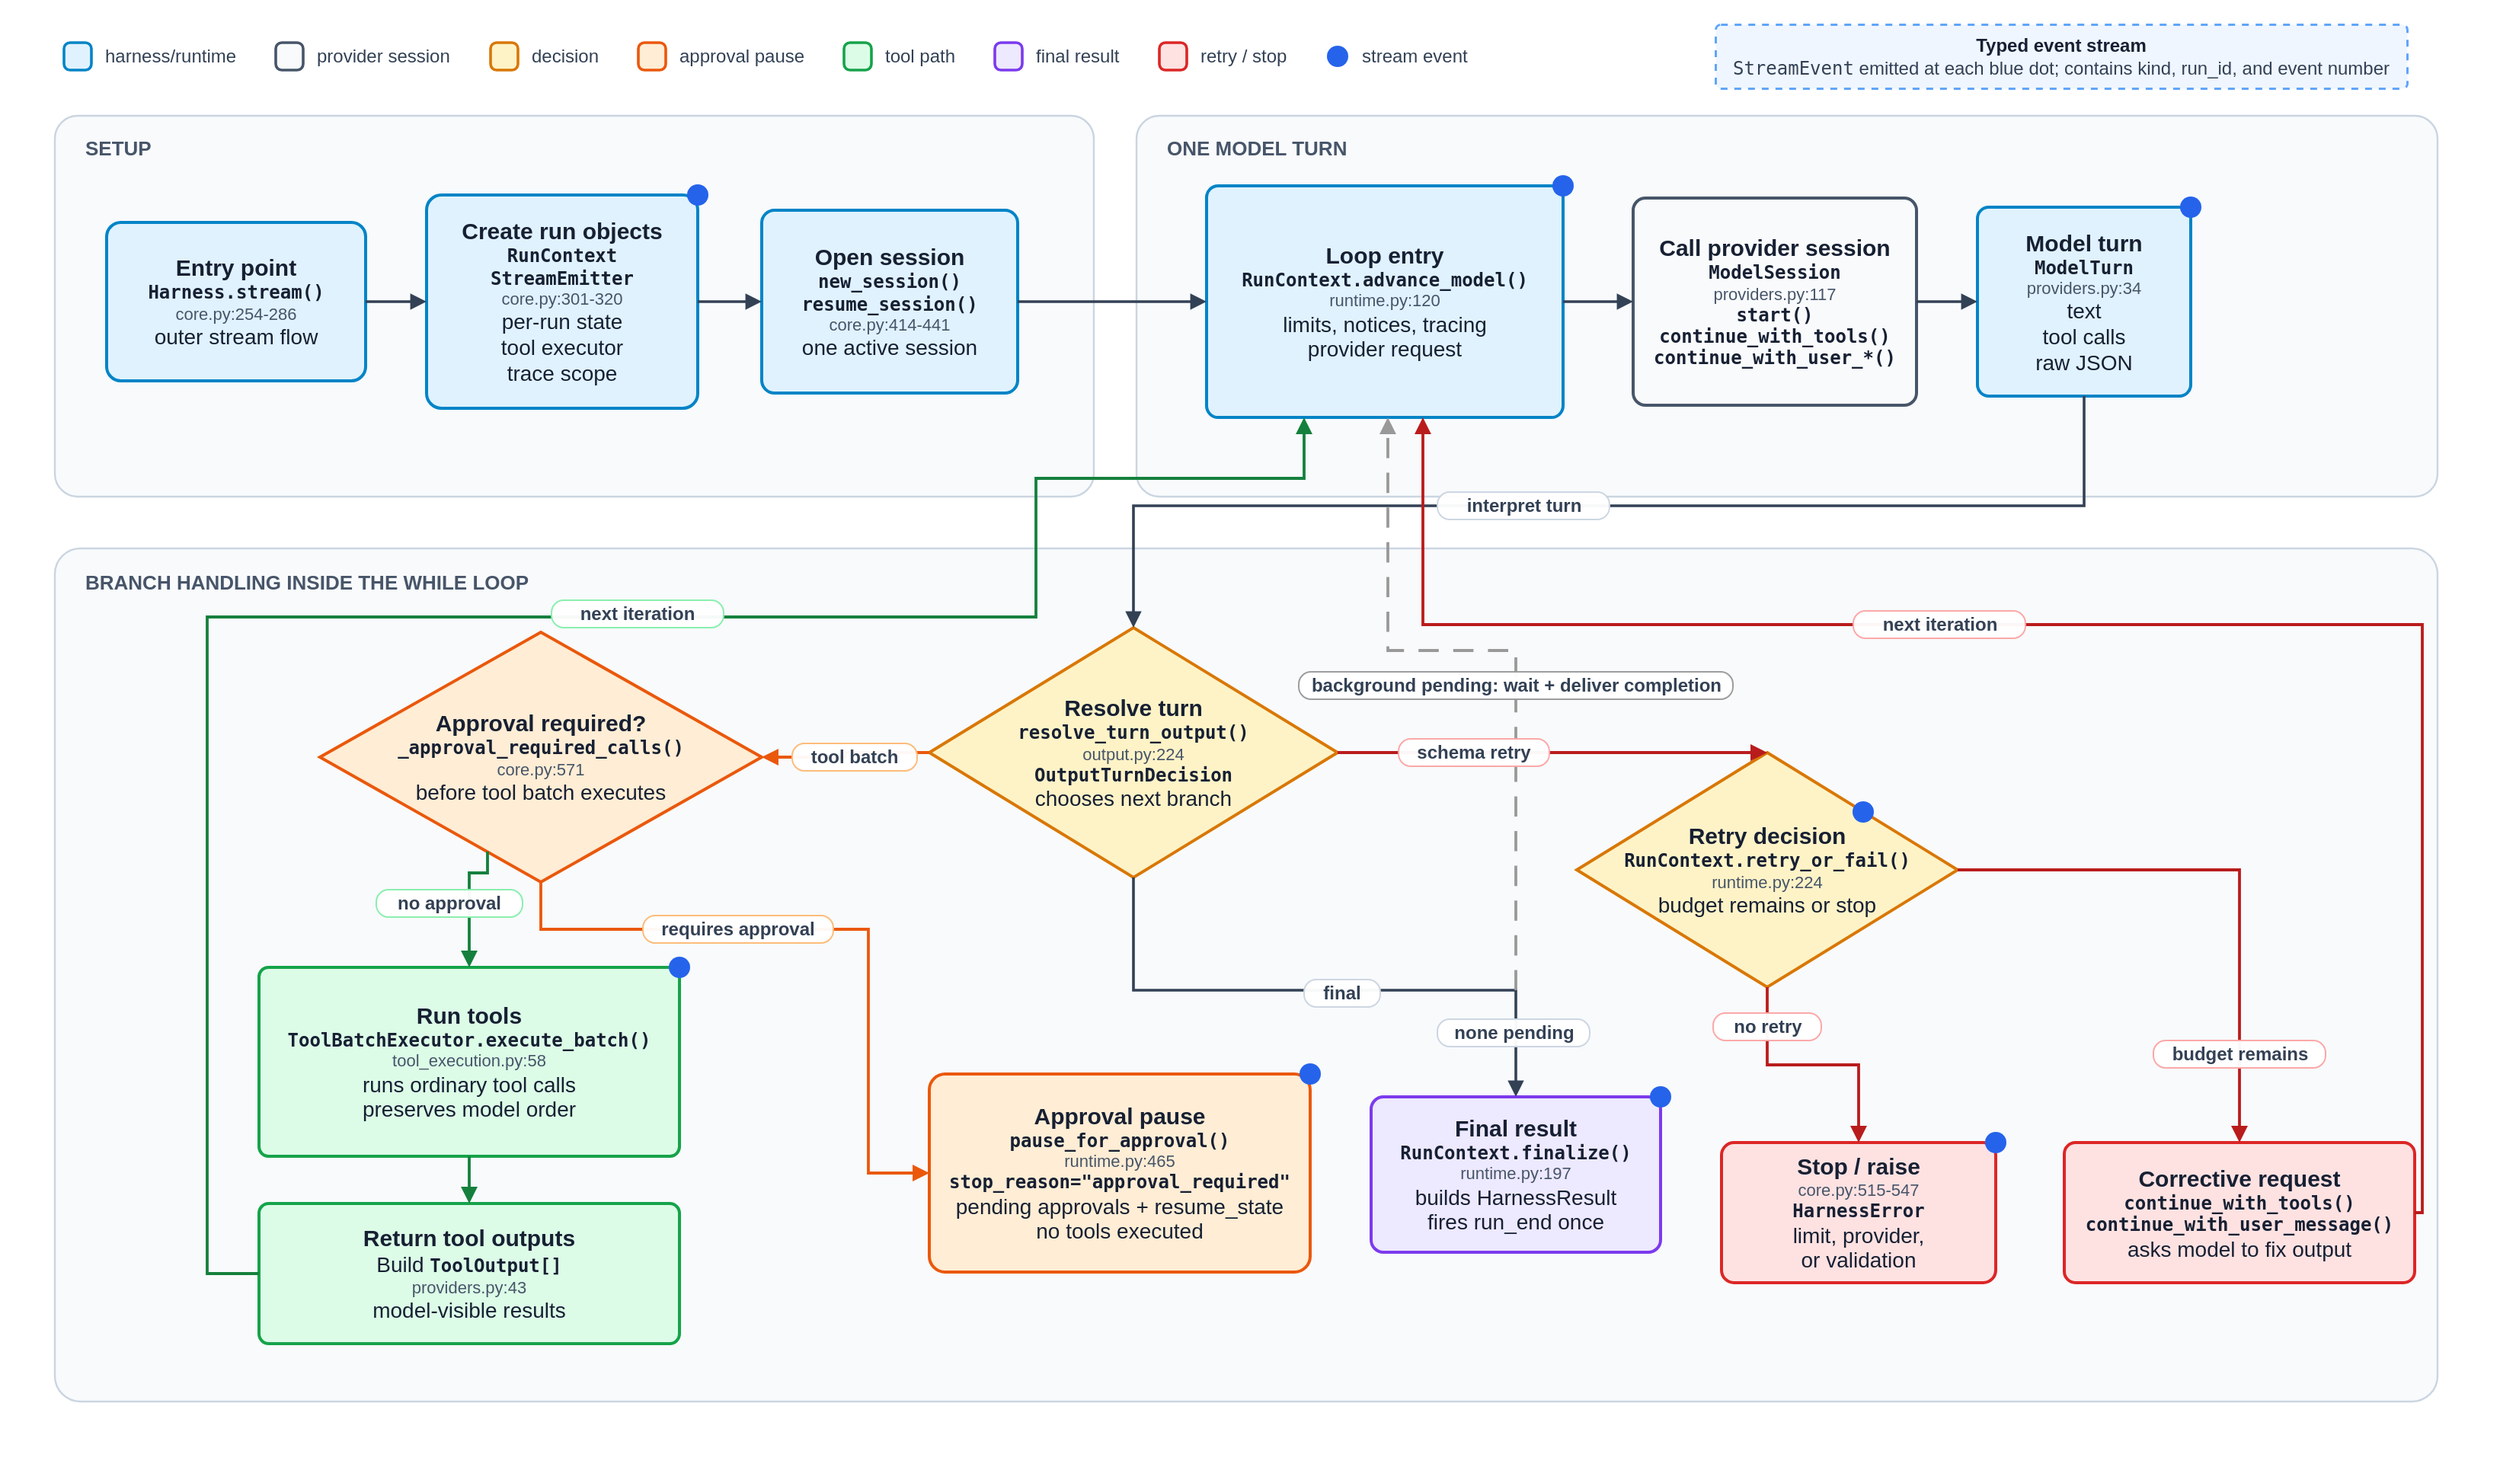
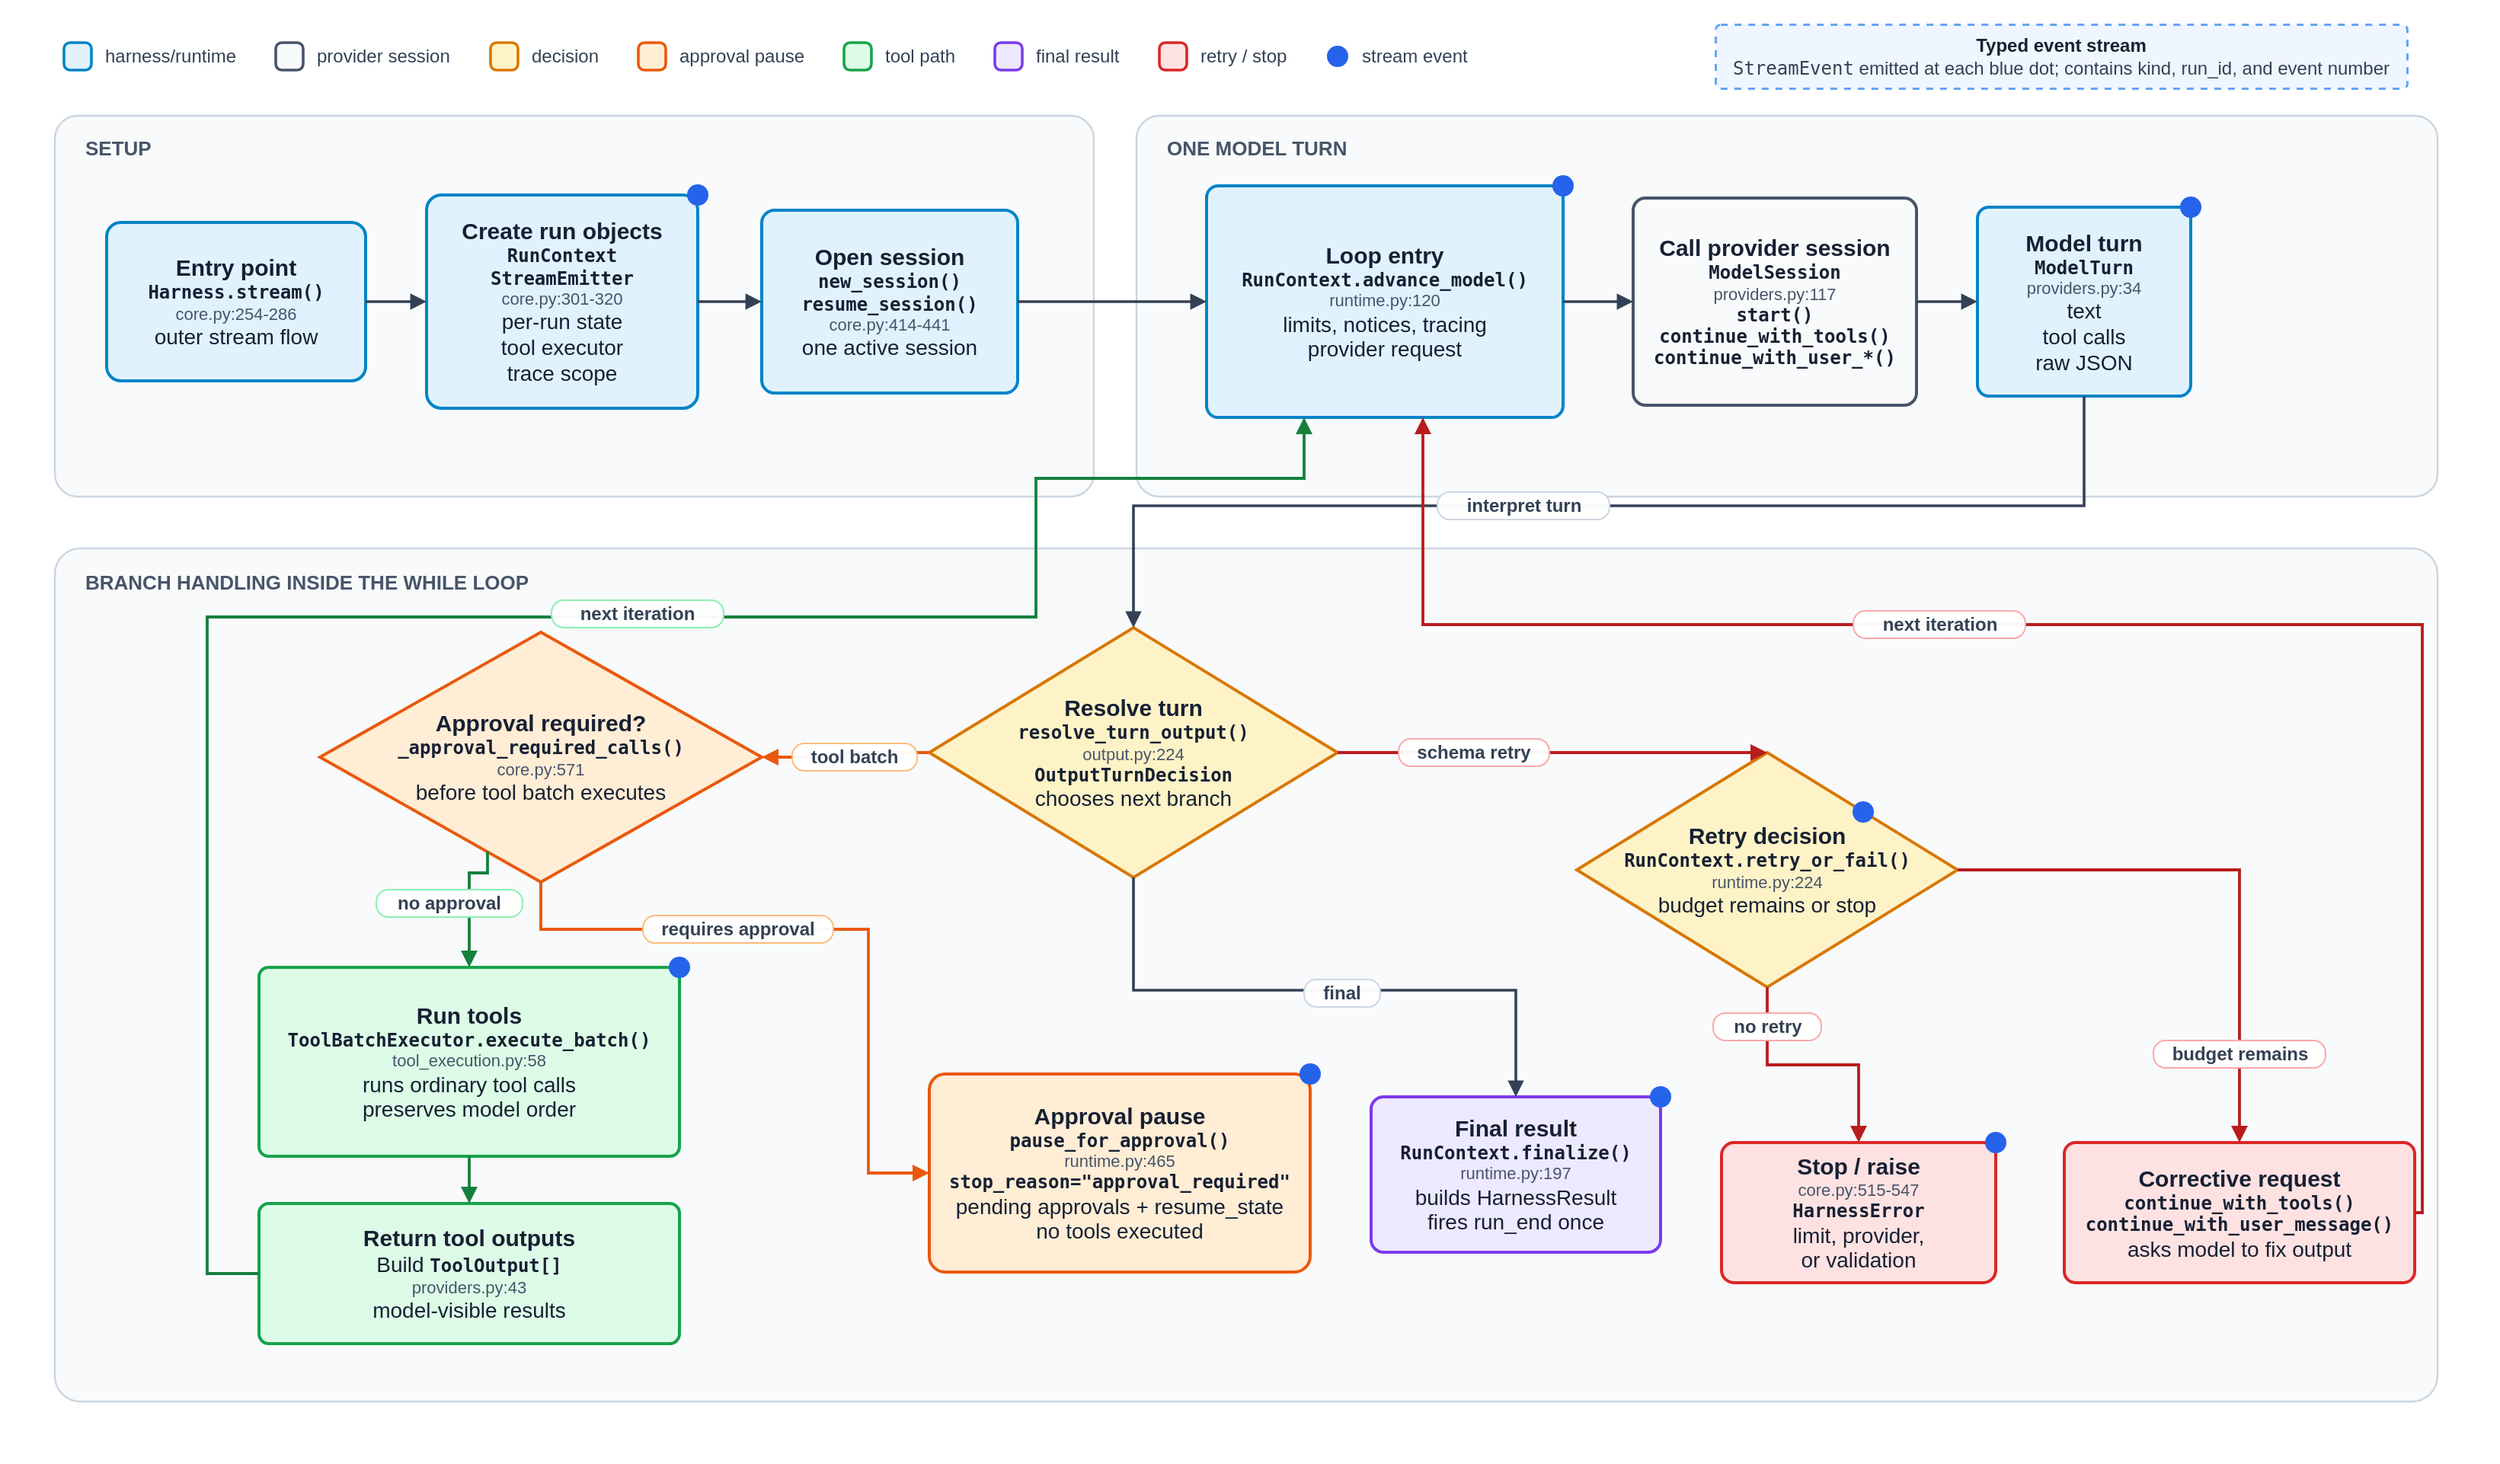
<mxfile host="Electron" agent="Codex">
  <diagram id="thinharness-run-loop" name="ThinHarness run loop">
    <mxGraphModel dx="1768" dy="1014" grid="0" gridSize="10" guides="1" tooltips="1" connect="1" arrows="1" fold="1" page="1" pageScale="1" pageWidth="1640" pageHeight="960" math="0" shadow="0">
      <root>
        <mxCell id="0" />
        <mxCell id="1" parent="0" />
        <mxCell id="background" parent="1" style="rounded=0;whiteSpace=wrap;html=1;fillColor=#ffffff;strokeColor=none;" value="" vertex="1">
          <mxGeometry height="960" width="1640" as="geometry" />
        </mxCell>
        <mxCell id="legend-runtime" parent="1" style="rounded=1;whiteSpace=wrap;html=1;arcSize=22;fillColor=#e0f2fe;strokeColor=#0284c7;strokeWidth=1.8;" value="" vertex="1">
          <mxGeometry height="18" width="18" x="42" y="28" as="geometry" />
        </mxCell>
        <mxCell id="legend-runtime-label" parent="1" style="text;html=1;strokeColor=none;fillColor=none;align=left;verticalAlign=middle;whiteSpace=wrap;rounded=0;fontFamily=Helvetica;fontSize=12;fontColor=#334155;spacing=0;" value="harness/runtime" vertex="1">
          <mxGeometry height="18" width="88" x="69" y="28" as="geometry" />
        </mxCell>
        <mxCell id="legend-provider" parent="1" style="rounded=1;whiteSpace=wrap;html=1;arcSize=22;fillColor=#f8fafc;strokeColor=#475569;strokeWidth=1.8;" value="" vertex="1">
          <mxGeometry height="18" width="18" x="181" y="28" as="geometry" />
        </mxCell>
        <mxCell id="legend-provider-label" parent="1" style="text;html=1;strokeColor=none;fillColor=none;align=left;verticalAlign=middle;whiteSpace=wrap;rounded=0;fontFamily=Helvetica;fontSize=12;fontColor=#334155;spacing=0;" value="provider session" vertex="1">
          <mxGeometry height="18" width="90" x="208" y="28" as="geometry" />
        </mxCell>
        <mxCell id="legend-decision" parent="1" style="rounded=1;whiteSpace=wrap;html=1;arcSize=22;fillColor=#fef3c7;strokeColor=#d97706;strokeWidth=1.8;" value="" vertex="1">
          <mxGeometry height="18" width="18" x="322" y="28" as="geometry" />
        </mxCell>
        <mxCell id="legend-decision-label" parent="1" style="text;html=1;strokeColor=none;fillColor=none;align=left;verticalAlign=middle;whiteSpace=wrap;rounded=0;fontFamily=Helvetica;fontSize=12;fontColor=#334155;spacing=0;" value="decision" vertex="1">
          <mxGeometry height="18" width="46" x="349" y="28" as="geometry" />
        </mxCell>
        <mxCell id="legend-approval" parent="1" style="rounded=1;whiteSpace=wrap;html=1;arcSize=22;fillColor=#ffedd5;strokeColor=#ea580c;strokeWidth=1.8;" value="" vertex="1">
          <mxGeometry height="18" width="18" x="419" y="28" as="geometry" />
        </mxCell>
        <mxCell id="legend-approval-label" parent="1" style="text;html=1;strokeColor=none;fillColor=none;align=left;verticalAlign=middle;whiteSpace=wrap;rounded=0;fontFamily=Helvetica;fontSize=12;fontColor=#334155;spacing=0;" value="approval pause" vertex="1">
          <mxGeometry height="18" width="84" x="446" y="28" as="geometry" />
        </mxCell>
        <mxCell id="legend-tool" parent="1" style="rounded=1;whiteSpace=wrap;html=1;arcSize=22;fillColor=#dcfce7;strokeColor=#16a34a;strokeWidth=1.8;" value="" vertex="1">
          <mxGeometry height="18" width="18" x="554" y="28" as="geometry" />
        </mxCell>
        <mxCell id="legend-tool-label" parent="1" style="text;html=1;strokeColor=none;fillColor=none;align=left;verticalAlign=middle;whiteSpace=wrap;rounded=0;fontFamily=Helvetica;fontSize=12;fontColor=#334155;spacing=0;" value="tool path" vertex="1">
          <mxGeometry height="18" width="48" x="581" y="28" as="geometry" />
        </mxCell>
        <mxCell id="legend-done" parent="1" style="rounded=1;whiteSpace=wrap;html=1;arcSize=22;fillColor=#ede9fe;strokeColor=#7c3aed;strokeWidth=1.8;" value="" vertex="1">
          <mxGeometry height="18" width="18" x="653" y="28" as="geometry" />
        </mxCell>
        <mxCell id="legend-done-label" parent="1" style="text;html=1;strokeColor=none;fillColor=none;align=left;verticalAlign=middle;whiteSpace=wrap;rounded=0;fontFamily=Helvetica;fontSize=12;fontColor=#334155;spacing=0;" value="final result" vertex="1">
          <mxGeometry height="18" width="57" x="680" y="28" as="geometry" />
        </mxCell>
        <mxCell id="legend-stop" parent="1" style="rounded=1;whiteSpace=wrap;html=1;arcSize=22;fillColor=#fee2e2;strokeColor=#dc2626;strokeWidth=1.8;" value="" vertex="1">
          <mxGeometry height="18" width="18" x="761" y="28" as="geometry" />
        </mxCell>
        <mxCell id="legend-stop-label" parent="1" style="text;html=1;strokeColor=none;fillColor=none;align=left;verticalAlign=middle;whiteSpace=wrap;rounded=0;fontFamily=Helvetica;fontSize=12;fontColor=#334155;spacing=0;" value="retry / stop" vertex="1">
          <mxGeometry height="18" width="59" x="788" y="28" as="geometry" />
        </mxCell>
        <mxCell id="legend-stream-event" parent="1" style="ellipse;whiteSpace=wrap;html=1;aspect=fixed;fillColor=#2563eb;strokeColor=none;" value="" vertex="1">
          <mxGeometry height="14" width="14" x="871" y="30" as="geometry" />
        </mxCell>
        <mxCell id="legend-stream-event-label" parent="1" style="text;html=1;strokeColor=none;fillColor=none;align=left;verticalAlign=middle;whiteSpace=wrap;rounded=0;fontFamily=Helvetica;fontSize=12;fontColor=#334155;spacing=0;" value="stream event" vertex="1">
          <mxGeometry height="18" width="72" x="894" y="28" as="geometry" />
        </mxCell>
        <mxCell id="stream-callout" parent="1" style="rounded=1;whiteSpace=wrap;html=1;arcSize=8;fillColor=#eff6ff;strokeColor=#60a5fa;strokeWidth=1.5;dashed=1;fontFamily=Helvetica;fontSize=12;fontColor=#334155;align=center;verticalAlign=middle;spacing=0;" value="&lt;div style=&quot;font-weight:700;color:#172033&quot;&gt;Typed event stream&lt;/div&gt;&lt;div&gt;&lt;span style=&quot;font-family:Menlo,Monaco,Consolas,monospace&quot;&gt;StreamEvent&lt;/span&gt; emitted at each blue dot; contains kind, run_id, and event number&lt;/div&gt;" vertex="1">
          <mxGeometry height="42" width="454" x="1126" y="16" as="geometry" />
        </mxCell>
        <mxCell id="lane-setup" parent="1" style="rounded=1;whiteSpace=wrap;html=1;arcSize=6;fillColor=#f8fafc;strokeColor=#cbd5e1;strokeWidth=1.2;" value="" vertex="1">
          <mxGeometry height="250" width="682" x="36" y="76" as="geometry" />
        </mxCell>
        <mxCell id="lane-setup-title" parent="1" style="text;html=1;strokeColor=none;fillColor=none;align=left;verticalAlign=top;whiteSpace=wrap;rounded=0;fontFamily=Helvetica;fontSize=13;fontStyle=1;fontColor=#475569;spacing=0;" value="SETUP" vertex="1">
          <mxGeometry height="20" width="80" x="56" y="85" as="geometry" />
        </mxCell>
        <mxCell id="lane-turn" parent="1" style="rounded=1;whiteSpace=wrap;html=1;arcSize=6;fillColor=#f8fafc;strokeColor=#cbd5e1;strokeWidth=1.2;" value="" vertex="1">
          <mxGeometry height="250" width="854" x="746" y="76" as="geometry" />
        </mxCell>
        <mxCell id="lane-turn-title" parent="1" style="text;html=1;strokeColor=none;fillColor=none;align=left;verticalAlign=top;whiteSpace=wrap;rounded=0;fontFamily=Helvetica;fontSize=13;fontStyle=1;fontColor=#475569;spacing=0;" value="ONE MODEL TURN" vertex="1">
          <mxGeometry height="20" width="140" x="766" y="85" as="geometry" />
        </mxCell>
        <mxCell id="lane-branch" parent="1" style="rounded=1;whiteSpace=wrap;html=1;arcSize=3;fillColor=#f8fafc;strokeColor=#cbd5e1;strokeWidth=1.2;" value="" vertex="1">
          <mxGeometry height="560" width="1564" x="36" y="360" as="geometry" />
        </mxCell>
        <mxCell id="lane-branch-title" parent="1" style="text;html=1;strokeColor=none;fillColor=none;align=left;verticalAlign=top;whiteSpace=wrap;rounded=0;fontFamily=Helvetica;fontSize=13;fontStyle=1;fontColor=#475569;spacing=0;" value="BRANCH HANDLING INSIDE THE WHILE LOOP" vertex="1">
          <mxGeometry height="20" width="330" x="56" y="370" as="geometry" />
        </mxCell>
        <mxCell id="run" parent="1" style="rounded=1;whiteSpace=wrap;html=1;arcSize=9;fillColor=#e0f2fe;strokeColor=#0284c7;strokeWidth=2;fontFamily=Helvetica;fontSize=14;fontColor=#172033;align=center;verticalAlign=middle;spacing=0;" value="&lt;div style=&quot;font-size:15px;font-weight:700&quot;&gt;Entry point&lt;/div&gt;&lt;div style=&quot;font-family:Menlo,Monaco,Consolas,monospace;font-size:12px;font-weight:650&quot;&gt;Harness.stream()&lt;/div&gt;&lt;div style=&quot;color:#475569;font-size:11px&quot;&gt;core.py:254-286&lt;/div&gt;&lt;div&gt;outer stream flow&lt;/div&gt;" vertex="1">
          <mxGeometry height="104" width="170" x="70" y="146" as="geometry" />
        </mxCell>
        <mxCell id="objects" parent="1" style="rounded=1;whiteSpace=wrap;html=1;arcSize=7;fillColor=#e0f2fe;strokeColor=#0284c7;strokeWidth=2;fontFamily=Helvetica;fontSize=14;fontColor=#172033;align=center;verticalAlign=middle;spacing=0;" value="&lt;div style=&quot;font-size:15px;font-weight:700&quot;&gt;Create run objects&lt;/div&gt;&lt;div style=&quot;font-family:Menlo,Monaco,Consolas,monospace;font-size:12px;font-weight:650&quot;&gt;RunContext&lt;/div&gt;&lt;div style=&quot;font-family:Menlo,Monaco,Consolas,monospace;font-size:12px;font-weight:650&quot;&gt;StreamEmitter&lt;/div&gt;&lt;div style=&quot;color:#475569;font-size:11px&quot;&gt;core.py:301-320&lt;/div&gt;&lt;div&gt;per-run state&lt;/div&gt;&lt;div&gt;tool executor&lt;/div&gt;&lt;div&gt;trace scope&lt;/div&gt;" vertex="1">
          <mxGeometry height="140" width="178" x="280" y="128" as="geometry" />
        </mxCell>
        <mxCell id="active" parent="1" style="rounded=1;whiteSpace=wrap;html=1;arcSize=7;fillColor=#e0f2fe;strokeColor=#0284c7;strokeWidth=2;fontFamily=Helvetica;fontSize=14;fontColor=#172033;align=center;verticalAlign=middle;spacing=0;" value="&lt;div style=&quot;font-size:15px;font-weight:700&quot;&gt;Open session&lt;/div&gt;&lt;div style=&quot;font-family:Menlo,Monaco,Consolas,monospace;font-size:12px;font-weight:650&quot;&gt;new_session()&lt;/div&gt;&lt;div style=&quot;font-family:Menlo,Monaco,Consolas,monospace;font-size:12px;font-weight:650&quot;&gt;resume_session()&lt;/div&gt;&lt;div style=&quot;color:#475569;font-size:11px&quot;&gt;core.py:414-441&lt;/div&gt;&lt;div&gt;one active session&lt;/div&gt;" vertex="1">
          <mxGeometry height="120" width="168" x="500" y="138" as="geometry" />
        </mxCell>
        <mxCell id="advance" parent="1" style="rounded=1;whiteSpace=wrap;html=1;arcSize=5;fillColor=#e0f2fe;strokeColor=#0284c7;strokeWidth=2;fontFamily=Helvetica;fontSize=14;fontColor=#172033;align=center;verticalAlign=middle;spacing=0;" value="&lt;div style=&quot;font-size:15px;font-weight:700&quot;&gt;Loop entry&lt;/div&gt;&lt;div style=&quot;font-family:Menlo,Monaco,Consolas,monospace;font-size:12px;font-weight:650&quot;&gt;RunContext.advance_model()&lt;/div&gt;&lt;div style=&quot;color:#475569;font-size:11px&quot;&gt;runtime.py:120&lt;/div&gt;&lt;div&gt;limits, notices, tracing&lt;/div&gt;&lt;div&gt;provider request&lt;/div&gt;" vertex="1">
          <mxGeometry height="152" width="234" x="792" y="122" as="geometry" />
        </mxCell>
        <mxCell id="session" parent="1" style="rounded=1;whiteSpace=wrap;html=1;arcSize=6;fillColor=#f8fafc;strokeColor=#475569;strokeWidth=2;fontFamily=Helvetica;fontSize=14;fontColor=#172033;align=center;verticalAlign=middle;spacing=0;" value="&lt;div style=&quot;font-size:15px;font-weight:700&quot;&gt;Call provider session&lt;/div&gt;&lt;div style=&quot;font-family:Menlo,Monaco,Consolas,monospace;font-size:12px;font-weight:650&quot;&gt;ModelSession&lt;/div&gt;&lt;div style=&quot;color:#475569;font-size:11px&quot;&gt;providers.py:117&lt;/div&gt;&lt;div style=&quot;font-family:Menlo,Monaco,Consolas,monospace;font-size:12px;font-weight:650&quot;&gt;start()&lt;/div&gt;&lt;div style=&quot;font-family:Menlo,Monaco,Consolas,monospace;font-size:12px;font-weight:650&quot;&gt;continue_with_tools()&lt;/div&gt;&lt;div style=&quot;font-family:Menlo,Monaco,Consolas,monospace;font-size:12px;font-weight:650&quot;&gt;continue_with_user_*()&lt;/div&gt;" vertex="1">
          <mxGeometry height="136" width="186" x="1072" y="130" as="geometry" />
        </mxCell>
        <mxCell id="turn" parent="1" style="rounded=1;whiteSpace=wrap;html=1;arcSize=6;fillColor=#e0f2fe;strokeColor=#0284c7;strokeWidth=2;fontFamily=Helvetica;fontSize=14;fontColor=#172033;align=center;verticalAlign=middle;spacing=0;" value="&lt;div style=&quot;font-size:15px;font-weight:700&quot;&gt;Model turn&lt;/div&gt;&lt;div style=&quot;font-family:Menlo,Monaco,Consolas,monospace;font-size:12px;font-weight:650&quot;&gt;ModelTurn&lt;/div&gt;&lt;div style=&quot;color:#475569;font-size:11px&quot;&gt;providers.py:34&lt;/div&gt;&lt;div&gt;text&lt;/div&gt;&lt;div&gt;tool calls&lt;/div&gt;&lt;div&gt;raw JSON&lt;/div&gt;" vertex="1">
          <mxGeometry height="124" width="140" x="1298" y="136" as="geometry" />
        </mxCell>
        <mxCell id="decide" parent="1" style="rhombus;whiteSpace=wrap;html=1;fillColor=#fef3c7;strokeColor=#d97706;strokeWidth=2;fontFamily=Helvetica;fontSize=14;fontColor=#172033;align=center;verticalAlign=middle;spacing=0;" value="&lt;div style=&quot;font-size:15px;font-weight:700&quot;&gt;Resolve turn&lt;/div&gt;&lt;div style=&quot;font-family:Menlo,Monaco,Consolas,monospace;font-size:12px;font-weight:650&quot;&gt;resolve_turn_output()&lt;/div&gt;&lt;div style=&quot;color:#475569;font-size:11px&quot;&gt;output.py:224&lt;/div&gt;&lt;div style=&quot;font-family:Menlo,Monaco,Consolas,monospace;font-size:12px;font-weight:650&quot;&gt;OutputTurnDecision&lt;/div&gt;&lt;div&gt;chooses next branch&lt;/div&gt;" vertex="1">
          <mxGeometry height="164" width="268" x="610" y="412" as="geometry" />
        </mxCell>
        <mxCell id="approvalGate" parent="1" style="rhombus;whiteSpace=wrap;html=1;fillColor=#ffedd5;strokeColor=#ea580c;strokeWidth=2;fontFamily=Helvetica;fontSize=14;fontColor=#172033;align=center;verticalAlign=middle;spacing=0;" value="&lt;div style=&quot;font-size:15px;font-weight:700&quot;&gt;Approval required?&lt;/div&gt;&lt;div style=&quot;font-family:Menlo,Monaco,Consolas,monospace;font-size:12px;font-weight:650&quot;&gt;_approval_required_calls()&lt;/div&gt;&lt;div style=&quot;color:#475569;font-size:11px&quot;&gt;core.py:571&lt;/div&gt;&lt;div&gt;before tool batch executes&lt;/div&gt;" vertex="1">
          <mxGeometry height="164" width="290" x="210" y="415" as="geometry" />
        </mxCell>
        <mxCell id="final" parent="1" style="rounded=1;whiteSpace=wrap;html=1;arcSize=8;fillColor=#ede9fe;strokeColor=#7c3aed;strokeWidth=2;fontFamily=Helvetica;fontSize=14;fontColor=#172033;align=center;verticalAlign=middle;spacing=0;" value="&lt;div style=&quot;font-size:15px;font-weight:700&quot;&gt;Final result&lt;/div&gt;&lt;div style=&quot;font-family:Menlo,Monaco,Consolas,monospace;font-size:12px;font-weight:650&quot;&gt;RunContext.finalize()&lt;/div&gt;&lt;div style=&quot;color:#475569;font-size:11px&quot;&gt;runtime.py:197&lt;/div&gt;&lt;div&gt;builds HarnessResult&lt;/div&gt;&lt;div&gt;fires run_end once&lt;/div&gt;" vertex="1">
          <mxGeometry height="102" width="190" x="900" y="720" as="geometry" />
        </mxCell>
        <mxCell id="approvalPause" parent="1" style="rounded=1;whiteSpace=wrap;html=1;arcSize=8;fillColor=#ffedd5;strokeColor=#ea580c;strokeWidth=2;fontFamily=Helvetica;fontSize=14;fontColor=#172033;align=center;verticalAlign=middle;spacing=0;" value="&lt;div style=&quot;font-size:15px;font-weight:700&quot;&gt;Approval pause&lt;/div&gt;&lt;div style=&quot;font-family:Menlo,Monaco,Consolas,monospace;font-size:12px;font-weight:650&quot;&gt;pause_for_approval()&lt;/div&gt;&lt;div style=&quot;color:#475569;font-size:11px&quot;&gt;runtime.py:465&lt;/div&gt;&lt;div style=&quot;font-family:Menlo,Monaco,Consolas,monospace;font-size:12px;font-weight:650&quot;&gt;stop_reason=&amp;quot;approval_required&amp;quot;&lt;/div&gt;&lt;div&gt;pending approvals + resume_state&lt;/div&gt;&lt;div&gt;no tools executed&lt;/div&gt;" vertex="1">
          <mxGeometry height="130" width="250" x="610" y="705" as="geometry" />
        </mxCell>
        <mxCell id="tools" parent="1" style="rounded=1;whiteSpace=wrap;html=1;arcSize=5;fillColor=#dcfce7;strokeColor=#16a34a;strokeWidth=2;fontFamily=Helvetica;fontSize=14;fontColor=#172033;align=center;verticalAlign=middle;spacing=0;" value="&lt;div style=&quot;font-size:15px;font-weight:700&quot;&gt;Run tools&lt;/div&gt;&lt;div style=&quot;font-family:Menlo,Monaco,Consolas,monospace;font-size:12px;font-weight:650&quot;&gt;ToolBatchExecutor.execute_batch()&lt;/div&gt;&lt;div style=&quot;color:#475569;font-size:11px&quot;&gt;tool_execution.py:58&lt;/div&gt;&lt;div&gt;runs ordinary tool calls&lt;/div&gt;&lt;div&gt;preserves model order&lt;/div&gt;" vertex="1">
          <mxGeometry height="124" width="276" x="170" y="635" as="geometry" />
        </mxCell>
        <mxCell id="toolOutput" parent="1" style="rounded=1;whiteSpace=wrap;html=1;arcSize=7;fillColor=#dcfce7;strokeColor=#16a34a;strokeWidth=2;fontFamily=Helvetica;fontSize=14;fontColor=#172033;align=center;verticalAlign=middle;spacing=0;" value="&lt;div style=&quot;font-size:15px;font-weight:700&quot;&gt;Return tool outputs&lt;/div&gt;&lt;div&gt;Build &lt;span style=&quot;font-family:Menlo,Monaco,Consolas,monospace;font-size:12px;font-weight:650&quot;&gt;ToolOutput[]&lt;/span&gt;&lt;/div&gt;&lt;div style=&quot;color:#475569;font-size:11px&quot;&gt;providers.py:43&lt;/div&gt;&lt;div&gt;model-visible results&lt;/div&gt;" vertex="1">
          <mxGeometry height="92" width="276" x="170" y="790" as="geometry" />
        </mxCell>
        <mxCell id="retry" parent="1" style="rhombus;whiteSpace=wrap;html=1;fillColor=#fef3c7;strokeColor=#d97706;strokeWidth=2;fontFamily=Helvetica;fontSize=14;fontColor=#172033;align=center;verticalAlign=middle;spacing=0;" value="&lt;div style=&quot;font-size:15px;font-weight:700&quot;&gt;Retry decision&lt;/div&gt;&lt;div style=&quot;font-family:Menlo,Monaco,Consolas,monospace;font-size:12px;font-weight:650&quot;&gt;RunContext.retry_or_fail()&lt;/div&gt;&lt;div style=&quot;color:#475569;font-size:11px&quot;&gt;runtime.py:224&lt;/div&gt;&lt;div&gt;budget remains or stop&lt;/div&gt;" vertex="1">
          <mxGeometry height="154" width="250" x="1035" y="494" as="geometry" />
        </mxCell>
        <mxCell id="stop" parent="1" style="rounded=1;whiteSpace=wrap;html=1;arcSize=9;fillColor=#fee2e2;strokeColor=#dc2626;strokeWidth=2;fontFamily=Helvetica;fontSize=14;fontColor=#172033;align=center;verticalAlign=middle;spacing=0;" value="&lt;div style=&quot;font-size:15px;font-weight:700&quot;&gt;Stop / raise&lt;/div&gt;&lt;div style=&quot;color:#475569;font-size:11px&quot;&gt;core.py:515-547&lt;/div&gt;&lt;div style=&quot;font-family:Menlo,Monaco,Consolas,monospace;font-size:12px;font-weight:650&quot;&gt;HarnessError&lt;/div&gt;&lt;div&gt;limit, provider,&lt;/div&gt;&lt;div&gt;or validation&lt;/div&gt;" vertex="1">
          <mxGeometry height="92" width="180" x="1130" y="750" as="geometry" />
        </mxCell>
        <mxCell id="corrective" parent="1" style="rounded=1;whiteSpace=wrap;html=1;arcSize=8;fillColor=#fee2e2;strokeColor=#dc2626;strokeWidth=2;fontFamily=Helvetica;fontSize=14;fontColor=#172033;align=center;verticalAlign=middle;spacing=0;" value="&lt;div style=&quot;font-size:15px;font-weight:700&quot;&gt;Corrective request&lt;/div&gt;&lt;div style=&quot;font-family:Menlo,Monaco,Consolas,monospace;font-size:12px;font-weight:650&quot;&gt;continue_with_tools()&lt;/div&gt;&lt;div style=&quot;font-family:Menlo,Monaco,Consolas,monospace;font-size:12px;font-weight:650&quot;&gt;continue_with_user_message()&lt;/div&gt;&lt;div&gt;asks model to fix output&lt;/div&gt;" vertex="1">
          <mxGeometry height="92" width="230" x="1355" y="750" as="geometry" />
        </mxCell>
        <mxCell id="e-run-objects" edge="1" parent="1" source="run" style="endArrow=block;html=1;rounded=0;strokeColor=#334155;strokeWidth=1.8;endFill=1;" target="objects" value="">
          <mxGeometry relative="1" as="geometry" />
        </mxCell>
        <mxCell id="e-objects-active" edge="1" parent="1" source="objects" style="endArrow=block;html=1;rounded=0;strokeColor=#334155;strokeWidth=1.8;endFill=1;" target="active" value="">
          <mxGeometry relative="1" as="geometry" />
        </mxCell>
        <mxCell id="e-active-advance" edge="1" parent="1" source="active" style="endArrow=block;html=1;rounded=0;strokeColor=#334155;strokeWidth=1.8;endFill=1;" target="advance" value="">
          <mxGeometry relative="1" as="geometry" />
        </mxCell>
        <mxCell id="e-advance-session" edge="1" parent="1" source="advance" style="endArrow=block;html=1;rounded=0;strokeColor=#334155;strokeWidth=1.8;endFill=1;" target="session" value="">
          <mxGeometry relative="1" as="geometry" />
        </mxCell>
        <mxCell id="e-session-turn" edge="1" parent="1" source="session" style="endArrow=block;html=1;rounded=0;strokeColor=#334155;strokeWidth=1.8;endFill=1;" target="turn" value="">
          <mxGeometry relative="1" as="geometry" />
        </mxCell>
        <mxCell id="e-turn-decide" edge="1" parent="1" source="turn" style="edgeStyle=orthogonalEdgeStyle;rounded=0;orthogonalLoop=1;jettySize=auto;endArrow=block;html=1;strokeColor=#334155;strokeWidth=1.8;endFill=1;exitX=0.5;exitY=1;entryX=0.5;entryY=0;" target="decide" value="">
          <mxGeometry relative="1" as="geometry">
            <Array as="points">
              <mxPoint x="1368" y="332" />
              <mxPoint x="744" y="332" />
            </Array>
          </mxGeometry>
        </mxCell>
        <mxCell id="e-decide-final" edge="1" parent="1" source="decide" style="edgeStyle=orthogonalEdgeStyle;rounded=0;orthogonalLoop=1;jettySize=auto;endArrow=block;html=1;strokeColor=#334155;strokeWidth=1.8;endFill=1;exitX=0.5;exitY=1;entryX=0.5;entryY=0;" target="final" value="">
          <mxGeometry relative="1" as="geometry">
            <Array as="points">
              <mxPoint x="744" y="650" />
              <mxPoint x="995" y="650" />
            </Array>
          </mxGeometry>
        </mxCell>
-         <mxCell id="e-final-background-advance" edge="1" parent="1" style="edgeStyle=orthogonalEdgeStyle;rounded=0;orthogonalLoop=1;jettySize=auto;endArrow=block;html=1;strokeColor=#999999;strokeWidth=1.9;endFill=1;dashed=1;dashPattern=7 5;entryX=0.5085;entryY=1;" target="advance" value="">
-           <mxGeometry relative="1" as="geometry">
-             <Array as="points">
-               <mxPoint x="995" y="427" />
-               <mxPoint x="911" y="427" />
-             </Array>
-             <mxPoint x="995" y="650" as="sourcePoint" />
-           </mxGeometry>
-         </mxCell>
        <mxCell id="e-decide-approval-gate" edge="1" parent="1" source="decide" style="edgeStyle=orthogonalEdgeStyle;rounded=0;orthogonalLoop=1;jettySize=auto;endArrow=block;html=1;strokeColor=#ea580c;strokeWidth=1.9;endFill=1;exitX=0;exitY=0.5;entryX=1;entryY=0.5;" target="approvalGate" value="">
          <mxGeometry relative="1" as="geometry" />
        </mxCell>
        <mxCell id="e-approval-gate-tools" edge="1" parent="1" style="edgeStyle=orthogonalEdgeStyle;rounded=0;orthogonalLoop=1;jettySize=auto;endArrow=block;html=1;strokeColor=#15803d;strokeWidth=1.9;endFill=1;entryX=0.5;entryY=0;" target="tools" value="">
          <mxGeometry relative="1" as="geometry">
            <Array as="points">
              <mxPoint x="320" y="573" />
              <mxPoint x="308" y="573" />
            </Array>
            <mxPoint x="320" y="559" as="sourcePoint" />
          </mxGeometry>
        </mxCell>
        <mxCell id="e-approval-gate-pause" edge="1" parent="1" source="approvalGate" style="edgeStyle=orthogonalEdgeStyle;rounded=0;orthogonalLoop=1;jettySize=auto;endArrow=block;html=1;strokeColor=#ea580c;strokeWidth=1.9;endFill=1;exitX=0.5;exitY=1;entryX=0;entryY=0.5;" target="approvalPause" value="">
          <mxGeometry relative="1" as="geometry">
            <Array as="points">
              <mxPoint x="355" y="610" />
              <mxPoint x="570" y="610" />
              <mxPoint x="570" y="770" />
            </Array>
          </mxGeometry>
        </mxCell>
        <mxCell id="e-decide-retry" edge="1" parent="1" source="decide" style="endArrow=block;html=1;rounded=0;strokeColor=#b91c1c;strokeWidth=1.9;endFill=1;exitX=1;exitY=0.5;entryX=0.5;entryY=0;" target="retry" value="">
          <mxGeometry relative="1" as="geometry" />
        </mxCell>
        <mxCell id="e-tools-tool-output" edge="1" parent="1" source="tools" style="endArrow=block;html=1;rounded=0;strokeColor=#15803d;strokeWidth=1.9;endFill=1;exitX=0.5;exitY=1;entryX=0.5;entryY=0;" target="toolOutput" value="">
          <mxGeometry relative="1" as="geometry" />
        </mxCell>
        <mxCell id="e-tool-output-advance" edge="1" parent="1" source="toolOutput" style="edgeStyle=orthogonalEdgeStyle;rounded=0;orthogonalLoop=1;jettySize=auto;endArrow=block;html=1;strokeColor=#15803d;strokeWidth=1.9;endFill=1;exitX=0;exitY=0.5;entryX=0.2735;entryY=1;" target="advance" value="">
          <mxGeometry relative="1" as="geometry">
            <Array as="points">
              <mxPoint x="136" y="836" />
              <mxPoint x="136" y="405" />
              <mxPoint x="680" y="405" />
              <mxPoint x="680" y="314" />
              <mxPoint x="856" y="314" />
            </Array>
          </mxGeometry>
        </mxCell>
        <mxCell id="e-retry-corrective" edge="1" parent="1" source="retry" style="edgeStyle=orthogonalEdgeStyle;rounded=0;orthogonalLoop=1;jettySize=auto;endArrow=block;html=1;strokeColor=#b91c1c;strokeWidth=1.9;endFill=1;exitX=1;exitY=0.5;entryX=0.5;entryY=0;" target="corrective" value="">
          <mxGeometry relative="1" as="geometry">
            <Array as="points">
              <mxPoint x="1470" y="571" />
            </Array>
          </mxGeometry>
        </mxCell>
        <mxCell id="e-retry-stop" edge="1" parent="1" source="retry" style="endArrow=block;html=1;rounded=0;strokeColor=#b91c1c;strokeWidth=1.9;endFill=1;exitX=0.5;exitY=1;entryX=0.5;entryY=0;edgeStyle=orthogonalEdgeStyle;" target="stop" value="">
          <mxGeometry relative="1" as="geometry" />
        </mxCell>
        <mxCell id="e-corrective-advance" edge="1" parent="1" source="corrective" style="edgeStyle=orthogonalEdgeStyle;rounded=0;orthogonalLoop=1;jettySize=auto;endArrow=block;html=1;strokeColor=#b91c1c;strokeWidth=1.9;endFill=1;exitX=1;exitY=0.5;entryX=0.6068;entryY=1;" target="advance" value="">
          <mxGeometry relative="1" as="geometry">
            <Array as="points">
              <mxPoint x="1590" y="796" />
              <mxPoint x="1590" y="410" />
              <mxPoint x="934" y="410" />
            </Array>
          </mxGeometry>
        </mxCell>
        <mxCell id="label-interpret-turn" parent="1" style="rounded=1;whiteSpace=wrap;html=1;arcSize=45;fillColor=#ffffff;strokeColor=#cbd5e1;opacity=96;fontFamily=Helvetica;fontSize=12;fontStyle=1;fontColor=#334155;align=center;verticalAlign=middle;spacing=0;" value="interpret turn" vertex="1">
          <mxGeometry height="18" width="113" x="943.5" y="323" as="geometry" />
        </mxCell>
        <mxCell id="label-final" parent="1" style="rounded=1;whiteSpace=wrap;html=1;arcSize=45;fillColor=#ffffff;strokeColor=#cbd5e1;opacity=96;fontFamily=Helvetica;fontSize=12;fontStyle=1;fontColor=#334155;align=center;verticalAlign=middle;spacing=0;" value="final" vertex="1">
          <mxGeometry height="18" width="50" x="856" y="643" as="geometry" />
        </mxCell>
-         <mxCell id="label-background-pending" parent="1" style="rounded=1;whiteSpace=wrap;html=1;arcSize=45;fillColor=#ffffff;strokeColor=#999999;opacity=96;fontFamily=Helvetica;fontSize=12;fontStyle=1;fontColor=#334155;align=center;verticalAlign=middle;spacing=0;" value="background pending: wait + deliver completion" vertex="1">
-           <mxGeometry height="18" width="285" x="852.5" y="441" as="geometry" />
-         </mxCell>
-         <mxCell id="label-no-background" parent="1" style="rounded=1;whiteSpace=wrap;html=1;arcSize=45;fillColor=#ffffff;strokeColor=#cbd5e1;opacity=96;fontFamily=Helvetica;fontSize=12;fontStyle=1;fontColor=#334155;align=center;verticalAlign=middle;spacing=0;" value="none pending" vertex="1">
-           <mxGeometry height="18" width="100" x="943.5" y="669" as="geometry" />
-         </mxCell>
        <mxCell id="label-ordinary-tools" parent="1" style="rounded=1;whiteSpace=wrap;html=1;arcSize=45;fillColor=#ffffff;strokeColor=#86efac;opacity=96;fontFamily=Helvetica;fontSize=12;fontStyle=1;fontColor=#334155;align=center;verticalAlign=middle;spacing=0;" value="no approval" vertex="1">
          <mxGeometry height="18" width="96" x="247" y="584" as="geometry" />
        </mxCell>
        <mxCell id="label-approval-required" parent="1" style="rounded=1;whiteSpace=wrap;html=1;arcSize=45;fillColor=#ffffff;strokeColor=#fdba74;opacity=96;fontFamily=Helvetica;fontSize=12;fontStyle=1;fontColor=#334155;align=center;verticalAlign=middle;spacing=0;" value="requires approval" vertex="1">
          <mxGeometry height="18" width="125" x="422" y="601" as="geometry" />
        </mxCell>
        <mxCell id="label-tool-batch" parent="1" style="rounded=1;whiteSpace=wrap;html=1;arcSize=45;fillColor=#ffffff;strokeColor=#fdba74;opacity=96;fontFamily=Helvetica;fontSize=12;fontStyle=1;fontColor=#334155;align=center;verticalAlign=middle;spacing=0;" value="tool batch" vertex="1">
          <mxGeometry height="18" width="82" x="520" y="488" as="geometry" />
        </mxCell>
        <mxCell id="label-schema-retry" parent="1" style="rounded=1;whiteSpace=wrap;html=1;arcSize=45;fillColor=#ffffff;strokeColor=#fca5a5;opacity=96;fontFamily=Helvetica;fontSize=12;fontStyle=1;fontColor=#334155;align=center;verticalAlign=middle;spacing=0;" value="schema retry" vertex="1">
          <mxGeometry height="18" width="99" x="918" y="485" as="geometry" />
        </mxCell>
        <mxCell id="label-tool-next" parent="1" style="rounded=1;whiteSpace=wrap;html=1;arcSize=45;fillColor=#ffffff;strokeColor=#86efac;opacity=96;fontFamily=Helvetica;fontSize=12;fontStyle=1;fontColor=#334155;align=center;verticalAlign=middle;spacing=0;" value="next iteration" vertex="1">
          <mxGeometry height="18" width="113" x="362" y="394" as="geometry" />
        </mxCell>
        <mxCell id="label-budget-remains" parent="1" style="rounded=1;whiteSpace=wrap;html=1;arcSize=45;fillColor=#ffffff;strokeColor=#fca5a5;opacity=96;fontFamily=Helvetica;fontSize=12;fontStyle=1;fontColor=#334155;align=center;verticalAlign=middle;spacing=0;" value="budget remains" vertex="1">
          <mxGeometry height="18" width="113" x="1413.5" y="683" as="geometry" />
        </mxCell>
        <mxCell id="label-no-retry" parent="1" style="rounded=1;whiteSpace=wrap;html=1;arcSize=45;fillColor=#ffffff;strokeColor=#fca5a5;opacity=96;fontFamily=Helvetica;fontSize=12;fontStyle=1;fontColor=#334155;align=center;verticalAlign=middle;spacing=0;" value="no retry" vertex="1">
          <mxGeometry height="18" width="71" x="1124.5" y="665" as="geometry" />
        </mxCell>
        <mxCell id="label-retry-next" parent="1" style="rounded=1;whiteSpace=wrap;html=1;arcSize=45;fillColor=#ffffff;strokeColor=#fca5a5;opacity=96;fontFamily=Helvetica;fontSize=12;fontStyle=1;fontColor=#334155;align=center;verticalAlign=middle;spacing=0;" value="next iteration" vertex="1">
          <mxGeometry height="18" width="113" x="1216.5" y="401" as="geometry" />
        </mxCell>
        <mxCell id="event-dot-objects" parent="1" style="ellipse;whiteSpace=wrap;html=1;aspect=fixed;fillColor=#2563eb;strokeColor=none;" value="" vertex="1">
          <mxGeometry height="14" width="14" x="451" y="121" as="geometry" />
        </mxCell>
        <mxCell id="event-dot-advance" parent="1" style="ellipse;whiteSpace=wrap;html=1;aspect=fixed;fillColor=#2563eb;strokeColor=none;" value="" vertex="1">
          <mxGeometry height="14" width="14" x="1019" y="115" as="geometry" />
        </mxCell>
        <mxCell id="event-dot-turn" parent="1" style="ellipse;whiteSpace=wrap;html=1;aspect=fixed;fillColor=#2563eb;strokeColor=none;" value="" vertex="1">
          <mxGeometry height="14" width="14" x="1431" y="129" as="geometry" />
        </mxCell>
        <mxCell id="event-dot-tools" parent="1" style="ellipse;whiteSpace=wrap;html=1;aspect=fixed;fillColor=#2563eb;strokeColor=none;" value="" vertex="1">
          <mxGeometry height="14" width="14" x="439" y="628" as="geometry" />
        </mxCell>
        <mxCell id="event-dot-retry" parent="1" style="ellipse;whiteSpace=wrap;html=1;aspect=fixed;fillColor=#2563eb;strokeColor=none;" value="" vertex="1">
          <mxGeometry height="14" width="14" x="1216" y="526" as="geometry" />
        </mxCell>
        <mxCell id="event-dot-final" parent="1" style="ellipse;whiteSpace=wrap;html=1;aspect=fixed;fillColor=#2563eb;strokeColor=none;" value="" vertex="1">
          <mxGeometry height="14" width="14" x="1083" y="713" as="geometry" />
        </mxCell>
        <mxCell id="event-dot-approval-pause" parent="1" style="ellipse;whiteSpace=wrap;html=1;aspect=fixed;fillColor=#2563eb;strokeColor=none;" value="" vertex="1">
          <mxGeometry height="14" width="14" x="853" y="698" as="geometry" />
        </mxCell>
        <mxCell id="event-dot-stop" parent="1" style="ellipse;whiteSpace=wrap;html=1;aspect=fixed;fillColor=#2563eb;strokeColor=none;" value="" vertex="1">
          <mxGeometry height="14" width="14" x="1303" y="743" as="geometry" />
        </mxCell>
      </root>
    </mxGraphModel>
  </diagram>
</mxfile>
